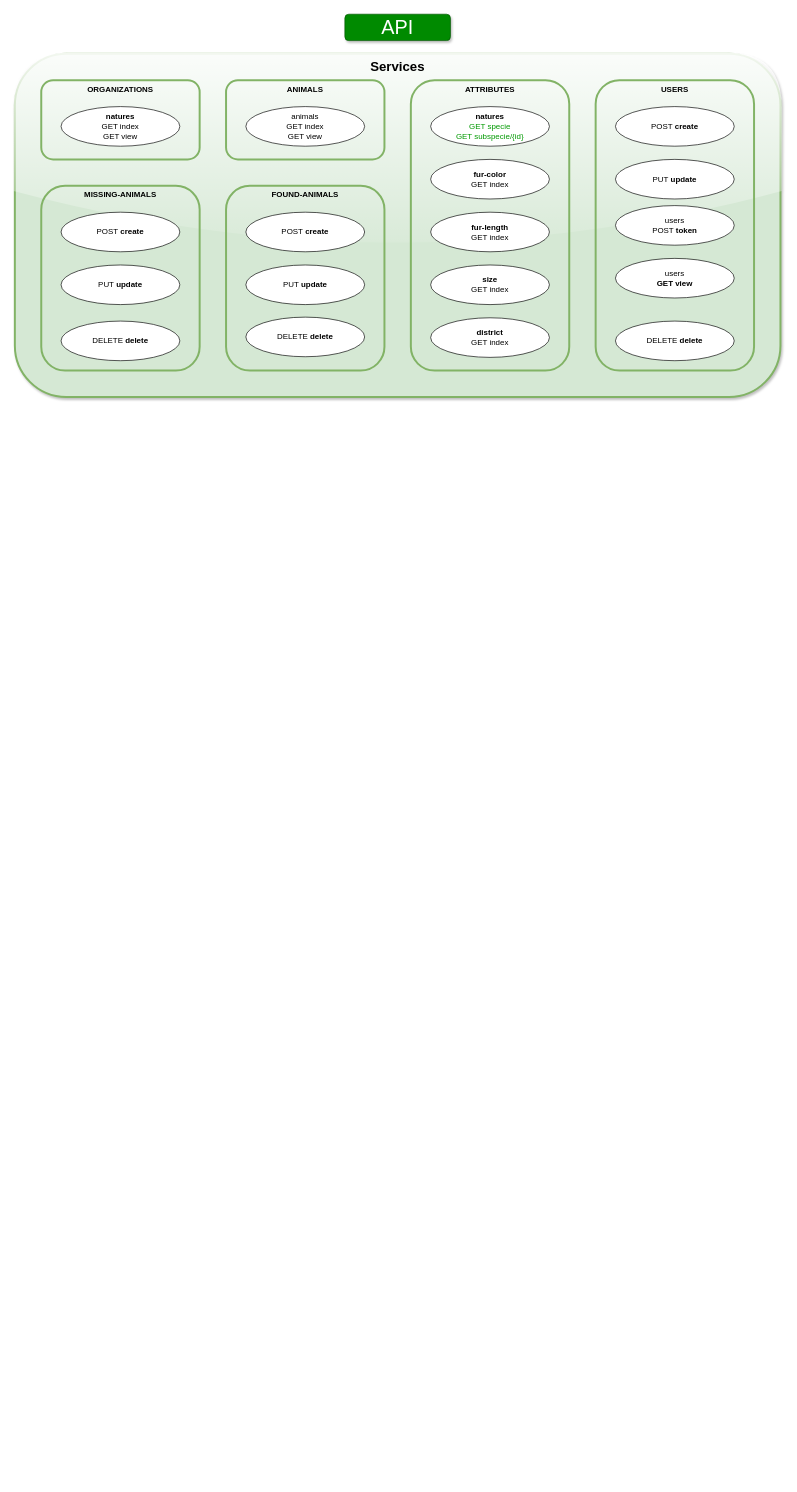
Before: Docs/API/api_diagram.drawio in Projecto-Final-de-Curso-TeSP-PSI/pet-adoption, a draw.io diagram. Source tidied: cells renumbered, new cells numbered last; positions are measured from the earlier drawing's top-left corner, leaving out a move shared by most shapes. Both pictures are drawn from the tidied source at 66%, with x=0, y=0 at pixel (15, 14).
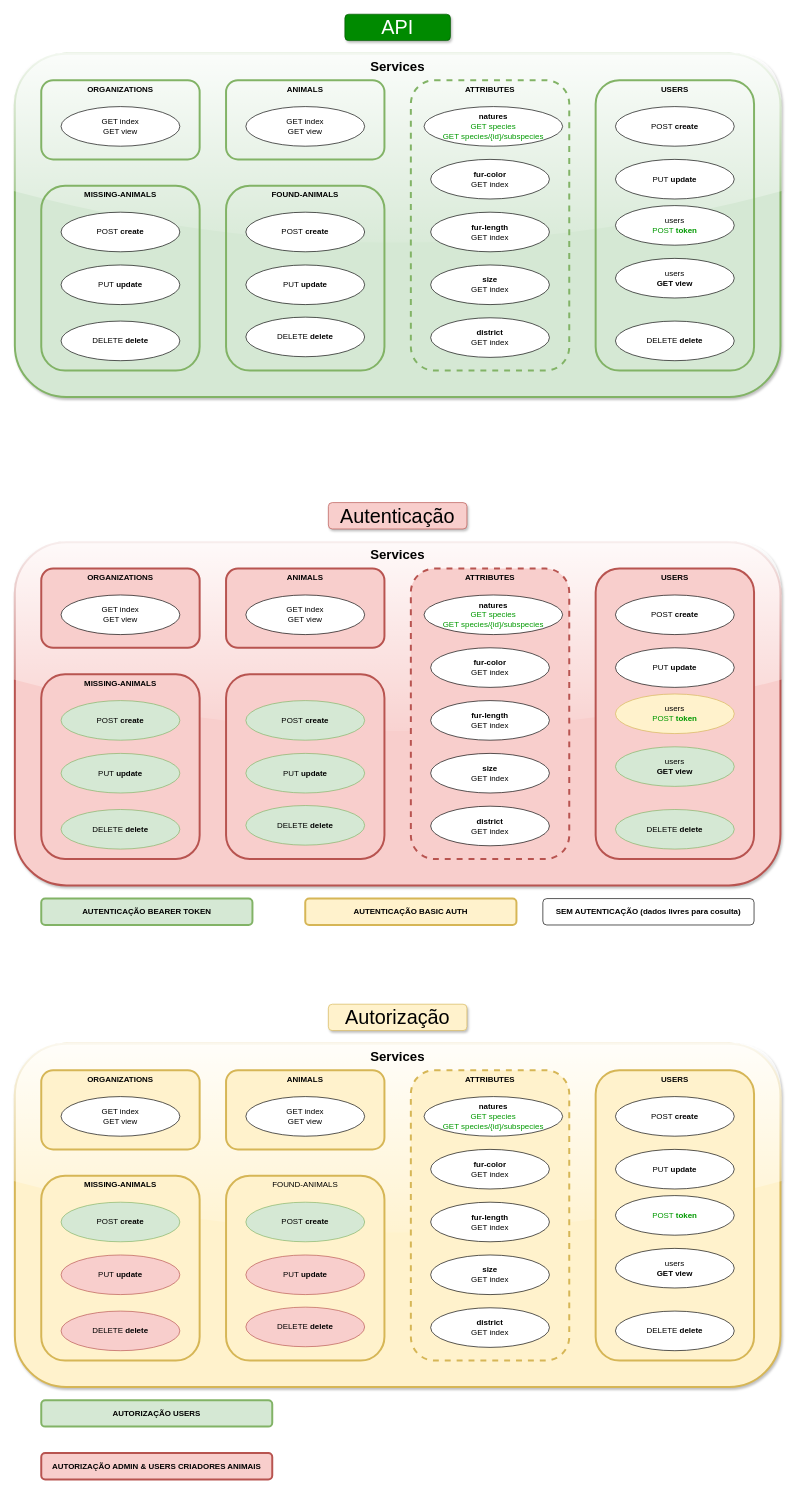
Above is the later version.

The change refers to these unchanged cells:
```xml
<mxCell id="5" style="group;" parent="1" vertex="1">
  <mxGeometry x="320" y="100" width="240" height="120" as="geometry" />
</mxCell>
<mxCell id="8" style="group;" parent="1" vertex="1">
  <mxGeometry x="40" y="100" width="240" height="120" as="geometry" />
</mxCell>
```

The edit, as a diff of the source:
```diff
@@
-    <mxCell id="7" value="animals&lt;br&gt;GET index&lt;br&gt;GET view" style="ellipse;whiteSpace=wrap;html=1;" parent="5" vertex="1">
+    <mxCell id="7" value="GET index&lt;br&gt;GET view" style="ellipse;whiteSpace=wrap;html=1;" parent="5" vertex="1">
       <mxGeometry x="30" y="40" width="180" height="60" as="geometry" />
     </mxCell>
@@
-    <mxCell id="10" value="&lt;b&gt;natures&lt;/b&gt;&lt;br&gt;GET index&lt;br&gt;GET view" style="ellipse;whiteSpace=wrap;html=1;" parent="8" vertex="1">
+    <mxCell id="10" value="GET index&lt;br&gt;GET view" style="ellipse;whiteSpace=wrap;html=1;" parent="8" vertex="1">
       <mxGeometry x="30" y="40" width="180" height="60" as="geometry" />
     </mxCell>
@@
-    <mxCell id="17" value="&lt;b&gt;ATTRIBUTES&lt;/b&gt;" style="rounded=1;whiteSpace=wrap;html=1;fillColor=none;strokeColor=#82b366;strokeWidth=3;verticalAlign=top;" parent="1" vertex="1">
+    <mxCell id="17" value="&lt;b&gt;ATTRIBUTES&lt;/b&gt;" style="rounded=1;whiteSpace=wrap;html=1;fillColor=none;strokeColor=#82b366;strokeWidth=3;verticalAlign=top;dashed=1;" parent="1" vertex="1">
       <mxGeometry x="600" y="100" width="240" height="440" as="geometry" />
     </mxCell>
-    <mxCell id="18" value="&lt;b&gt;natures&lt;/b&gt;&lt;br&gt;&lt;font color=&quot;#009900&quot;&gt;GET specie&lt;/font&gt;&lt;br&gt;&lt;font color=&quot;#009900&quot;&gt;GET subspecie/{id}&lt;/font&gt;" style="ellipse;whiteSpace=wrap;html=1;" parent="1" vertex="1">
-      <mxGeometry x="630" y="140" width="180" height="60" as="geometry" />
+    <mxCell id="18" value="&lt;b&gt;natures&lt;/b&gt;&lt;br&gt;&lt;font color=&quot;#009900&quot;&gt;GET species&lt;/font&gt;&lt;br&gt;&lt;font color=&quot;#009900&quot;&gt;GET species/{id}/subspecies&lt;/font&gt;" style="ellipse;whiteSpace=wrap;html=1;" parent="1" vertex="1">
+      <mxGeometry x="620" y="140" width="210" height="60" as="geometry" />
     </mxCell>
@@
-    <mxCell id="27" value="users&lt;br&gt;POST &lt;b&gt;token&lt;/b&gt;" style="ellipse;whiteSpace=wrap;html=1;" parent="1" vertex="1">
+    <mxCell id="27" value="users&lt;br&gt;&lt;font color=&quot;#009900&quot;&gt;POST &lt;b&gt;token&lt;/b&gt;&lt;/font&gt;" style="ellipse;whiteSpace=wrap;html=1;" parent="1" vertex="1">
       <mxGeometry x="910" y="290" width="180" height="60" as="geometry" />
     </mxCell>
@@
+    <mxCell id="31" value="&lt;font style=&quot;font-size: 20px&quot;&gt;&lt;b&gt;Services&lt;/b&gt;&lt;/font&gt;" style="rounded=1;whiteSpace=wrap;html=1;strokeWidth=3;fillColor=#f8cecc;verticalAlign=top;strokeColor=#b85450;glass=1;shadow=1;comic=0;" parent="1" vertex="1">
+      <mxGeometry y="800" width="1160" height="520" as="geometry" />
+    </mxCell>
+    <mxCell id="32" value="&lt;b&gt;MISSING-ANIMALS&lt;/b&gt;" style="rounded=1;whiteSpace=wrap;html=1;fillColor=#f8cecc;strokeColor=#b85450;strokeWidth=3;verticalAlign=top;" parent="1" vertex="1">
+      <mxGeometry x="40" y="1000" width="240" height="280" as="geometry" />
+    </mxCell>
+    <mxCell id="33" value="DELETE&amp;nbsp;&lt;b&gt;delete&lt;/b&gt;" style="ellipse;whiteSpace=wrap;html=1;fillColor=#d5e8d4;strokeColor=#82b366;" parent="1" vertex="1">
+      <mxGeometry x="70" y="1205" width="180" height="60" as="geometry" />
+    </mxCell>
+    <mxCell id="34" style="group;strokeColor=none;" parent="1" vertex="1">
+      <mxGeometry x="320" y="840" width="240" height="120" as="geometry" />
+    </mxCell>
+    <mxCell id="35" value="&lt;b&gt;ANIMALS&lt;/b&gt;" style="rounded=1;whiteSpace=wrap;html=1;fillColor=#f8cecc;strokeColor=#b85450;strokeWidth=3;verticalAlign=top;" parent="34" vertex="1">
+      <mxGeometry width="240" height="120" as="geometry" />
+    </mxCell>
+    <mxCell id="36" value="GET index&lt;br&gt;GET view" style="ellipse;whiteSpace=wrap;html=1;" parent="34" vertex="1">
+      <mxGeometry x="30" y="40" width="180" height="60" as="geometry" />
+    </mxCell>
+    <mxCell id="37" value="ORGANIZATIONS" style="group;fillColor=#f8cecc;strokeColor=#b85450;fontStyle=1;strokeWidth=3;rounded=1;" parent="1" vertex="1">
+      <mxGeometry x="40" y="840" width="240" height="120" as="geometry" />
+    </mxCell>
+    <mxCell id="38" value="Autenticação" style="text;html=1;strokeColor=#b85450;fillColor=#f8cecc;align=center;verticalAlign=middle;whiteSpace=wrap;rounded=1;fontSize=30;glass=0;shadow=1;comic=0;" parent="1" vertex="1">
+      <mxGeometry x="475" y="740" width="210" height="40" as="geometry" />
+    </mxCell>
+    <mxCell id="39" style="group;fillColor=#f8cecc;strokeColor=#b85450;rounded=1;strokeWidth=3;" parent="1" vertex="1">
+      <mxGeometry x="320" y="1000" width="240" height="280" as="geometry" />
+    </mxCell>
+    <mxCell id="40" value="&lt;b&gt;ATTRIBUTES&lt;/b&gt;" style="rounded=1;whiteSpace=wrap;html=1;fillColor=#f8cecc;strokeColor=#b85450;strokeWidth=3;verticalAlign=top;dashed=1;" parent="1" vertex="1">
+      <mxGeometry x="600" y="840" width="240" height="440" as="geometry" />
+    </mxCell>
+    <mxCell id="41" value="&lt;b&gt;natures&lt;/b&gt;&lt;br&gt;&lt;font color=&quot;#009900&quot;&gt;GET species&lt;/font&gt;&lt;br&gt;&lt;font color=&quot;#009900&quot;&gt;GET species/{id}/subspecies&lt;/font&gt;" style="ellipse;whiteSpace=wrap;html=1;" parent="1" vertex="1">
+      <mxGeometry x="620" y="880" width="210" height="60" as="geometry" />
+    </mxCell>
+    <mxCell id="42" value="&lt;b&gt;fur-length&lt;/b&gt;&lt;br&gt;GET index" style="ellipse;whiteSpace=wrap;html=1;" parent="1" vertex="1">
+      <mxGeometry x="630" y="1040" width="180" height="60" as="geometry" />
+    </mxCell>
+    <mxCell id="43" value="&lt;b&gt;fur-color&lt;/b&gt;&lt;br&gt;GET index" style="ellipse;whiteSpace=wrap;html=1;" parent="1" vertex="1">
+      <mxGeometry x="630" y="960" width="180" height="60" as="geometry" />
+    </mxCell>
+    <mxCell id="44" value="&lt;b&gt;size&lt;/b&gt;&lt;br&gt;GET index" style="ellipse;whiteSpace=wrap;html=1;" parent="1" vertex="1">
+      <mxGeometry x="630" y="1120" width="180" height="60" as="geometry" />
+    </mxCell>
+    <mxCell id="45" value="&lt;b&gt;district&lt;/b&gt;&lt;br&gt;GET index" style="ellipse;whiteSpace=wrap;html=1;" parent="1" vertex="1">
+      <mxGeometry x="630" y="1200" width="180" height="60" as="geometry" />
+    </mxCell>
+    <mxCell id="46" value="&lt;b&gt;USERS&lt;/b&gt;" style="rounded=1;whiteSpace=wrap;html=1;fillColor=#f8cecc;strokeColor=#b85450;strokeWidth=3;verticalAlign=top;" parent="1" vertex="1">
+      <mxGeometry x="880" y="840" width="240" height="440" as="geometry" />
+    </mxCell>
+    <mxCell id="47" value="POST&amp;nbsp;&lt;b&gt;create&lt;/b&gt;" style="ellipse;whiteSpace=wrap;html=1;" parent="1" vertex="1">
+      <mxGeometry x="910" y="880" width="180" height="60" as="geometry" />
+    </mxCell>
+    <mxCell id="48" value="DELETE&amp;nbsp;&lt;b&gt;delete&lt;/b&gt;" style="ellipse;whiteSpace=wrap;html=1;fillColor=#d5e8d4;strokeColor=#82b366;" parent="1" vertex="1">
+      <mxGeometry x="910" y="1205" width="180" height="60" as="geometry" />
+    </mxCell>
+    <mxCell id="49" value="PUT&amp;nbsp;&lt;b&gt;update&lt;/b&gt;" style="ellipse;whiteSpace=wrap;html=1;" parent="1" vertex="1">
+      <mxGeometry x="910" y="960" width="180" height="60" as="geometry" />
+    </mxCell>
+    <mxCell id="50" value="users&lt;br&gt;&lt;font color=&quot;#009900&quot;&gt;POST &lt;b&gt;token&lt;/b&gt;&lt;/font&gt;" style="ellipse;whiteSpace=wrap;html=1;fillColor=#fff2cc;strokeColor=#d6b656;" parent="1" vertex="1">
+      <mxGeometry x="910" y="1030" width="180" height="60" as="geometry" />
+    </mxCell>
+    <mxCell id="51" value="users&lt;br&gt;&lt;b&gt;GET view&lt;/b&gt;" style="ellipse;whiteSpace=wrap;html=1;fillColor=#d5e8d4;strokeColor=#82b366;" parent="1" vertex="1">
+      <mxGeometry x="910" y="1110" width="180" height="60" as="geometry" />
+    </mxCell>
+    <mxCell id="52" value="POST&amp;nbsp;&lt;b&gt;create&lt;/b&gt;" style="ellipse;whiteSpace=wrap;html=1;fillColor=#d5e8d4;strokeColor=#82b366;" parent="1" vertex="1">
+      <mxGeometry x="70" y="1040" width="180" height="60" as="geometry" />
+    </mxCell>
+    <mxCell id="53" value="PUT&amp;nbsp;&lt;b&gt;update&lt;/b&gt;" style="ellipse;whiteSpace=wrap;html=1;fillColor=#d5e8d4;strokeColor=#82b366;" parent="1" vertex="1">
+      <mxGeometry x="70" y="1120" width="180" height="60" as="geometry" />
+    </mxCell>
+    <mxCell id="54" value="POST&amp;nbsp;&lt;b&gt;create&lt;/b&gt;" style="ellipse;whiteSpace=wrap;html=1;fillColor=#d5e8d4;strokeColor=#82b366;" parent="1" vertex="1">
+      <mxGeometry x="350" y="1040" width="180" height="60" as="geometry" />
+    </mxCell>
+    <mxCell id="55" value="DELETE&amp;nbsp;&lt;b&gt;delete&lt;/b&gt;" style="ellipse;whiteSpace=wrap;html=1;fillColor=#d5e8d4;strokeColor=#82b366;" parent="1" vertex="1">
+      <mxGeometry x="350" y="1199" width="180" height="60" as="geometry" />
+    </mxCell>
+    <mxCell id="56" value="PUT&amp;nbsp;&lt;b&gt;update&lt;/b&gt;" style="ellipse;whiteSpace=wrap;html=1;fillColor=#d5e8d4;strokeColor=#82b366;" parent="1" vertex="1">
+      <mxGeometry x="350" y="1120" width="180" height="60" as="geometry" />
+    </mxCell>
+    <mxCell id="57" value="GET index&lt;br&gt;GET view" style="ellipse;whiteSpace=wrap;html=1;" parent="1" vertex="1">
+      <mxGeometry x="70" y="880" width="180" height="60" as="geometry" />
+    </mxCell>
+    <mxCell id="58" value="&lt;font style=&quot;font-size: 20px&quot;&gt;&lt;b&gt;Services&lt;/b&gt;&lt;/font&gt;" style="rounded=1;whiteSpace=wrap;html=1;strokeWidth=3;fillColor=#fff2cc;verticalAlign=top;strokeColor=#d6b656;glass=1;shadow=1;comic=0;" parent="1" vertex="1">
+      <mxGeometry y="1560" width="1160" height="520" as="geometry" />
+    </mxCell>
+    <mxCell id="59" value="&lt;b&gt;MISSING-ANIMALS&lt;/b&gt;" style="rounded=1;whiteSpace=wrap;html=1;fillColor=#fff2cc;strokeColor=#d6b656;strokeWidth=3;verticalAlign=top;" parent="1" vertex="1">
+      <mxGeometry x="40" y="1760" width="240" height="280" as="geometry" />
+    </mxCell>
+    <mxCell id="60" value="DELETE&amp;nbsp;&lt;b&gt;delete&lt;/b&gt;" style="ellipse;whiteSpace=wrap;html=1;fillColor=#f8cecc;strokeColor=#b85450;" parent="1" vertex="1">
+      <mxGeometry x="70" y="1965" width="180" height="60" as="geometry" />
+    </mxCell>
+    <mxCell id="61" style="group;strokeColor=none;" parent="1" vertex="1">
+      <mxGeometry x="320" y="1600" width="240" height="120" as="geometry" />
+    </mxCell>
+    <mxCell id="62" value="&lt;b&gt;ANIMALS&lt;/b&gt;" style="rounded=1;whiteSpace=wrap;html=1;fillColor=#fff2cc;strokeColor=#d6b656;strokeWidth=3;verticalAlign=top;" parent="61" vertex="1">
+      <mxGeometry width="240" height="120" as="geometry" />
+    </mxCell>
+    <mxCell id="63" value="GET index&lt;br&gt;GET view" style="ellipse;whiteSpace=wrap;html=1;" parent="61" vertex="1">
+      <mxGeometry x="30" y="40" width="180" height="60" as="geometry" />
+    </mxCell>
+    <mxCell id="64" value="ORGANIZATIONS" style="group;fillColor=#fff2cc;strokeColor=#d6b656;fontStyle=1;strokeWidth=3;rounded=1;" parent="1" vertex="1">
+      <mxGeometry x="40" y="1600" width="240" height="120" as="geometry" />
+    </mxCell>
+    <mxCell id="65" value="Autorização" style="text;html=1;strokeColor=#d6b656;fillColor=#fff2cc;align=center;verticalAlign=middle;whiteSpace=wrap;rounded=1;fontSize=30;glass=0;shadow=1;comic=0;" parent="1" vertex="1">
+      <mxGeometry x="475" y="1500" width="210" height="40" as="geometry" />
+    </mxCell>
+    <mxCell id="66" value="FOUND-ANIMALS" style="group;fillColor=#fff2cc;strokeColor=#d6b656;rounded=1;strokeWidth=3;" parent="1" vertex="1">
+      <mxGeometry x="320" y="1760" width="240" height="280" as="geometry" />
+    </mxCell>
+    <mxCell id="67" value="&lt;b&gt;ATTRIBUTES&lt;/b&gt;" style="rounded=1;whiteSpace=wrap;html=1;fillColor=#fff2cc;strokeColor=#d6b656;strokeWidth=3;verticalAlign=top;dashed=1;" parent="1" vertex="1">
+      <mxGeometry x="600" y="1600" width="240" height="440" as="geometry" />
+    </mxCell>
+    <mxCell id="68" value="&lt;b&gt;natures&lt;/b&gt;&lt;br&gt;&lt;font color=&quot;#009900&quot;&gt;GET species&lt;/font&gt;&lt;br&gt;&lt;font color=&quot;#009900&quot;&gt;GET species/{id}/subspecies&lt;/font&gt;" style="ellipse;whiteSpace=wrap;html=1;" parent="1" vertex="1">
+      <mxGeometry x="620" y="1640" width="210" height="60" as="geometry" />
+    </mxCell>
+    <mxCell id="69" value="&lt;b&gt;fur-length&lt;/b&gt;&lt;br&gt;GET index" style="ellipse;whiteSpace=wrap;html=1;" parent="1" vertex="1">
+      <mxGeometry x="630" y="1800" width="180" height="60" as="geometry" />
+    </mxCell>
+    <mxCell id="70" value="&lt;b&gt;fur-color&lt;/b&gt;&lt;br&gt;GET index" style="ellipse;whiteSpace=wrap;html=1;" parent="1" vertex="1">
+      <mxGeometry x="630" y="1720" width="180" height="60" as="geometry" />
+    </mxCell>
+    <mxCell id="71" value="&lt;b&gt;size&lt;/b&gt;&lt;br&gt;GET index" style="ellipse;whiteSpace=wrap;html=1;" parent="1" vertex="1">
+      <mxGeometry x="630" y="1880" width="180" height="60" as="geometry" />
+    </mxCell>
+    <mxCell id="72" value="&lt;b&gt;district&lt;/b&gt;&lt;br&gt;GET index" style="ellipse;whiteSpace=wrap;html=1;" parent="1" vertex="1">
+      <mxGeometry x="630" y="1960" width="180" height="60" as="geometry" />
+    </mxCell>
+    <mxCell id="73" value="&lt;b&gt;USERS&lt;/b&gt;" style="rounded=1;whiteSpace=wrap;html=1;fillColor=#fff2cc;strokeColor=#d6b656;strokeWidth=3;verticalAlign=top;" parent="1" vertex="1">
+      <mxGeometry x="880" y="1600" width="240" height="440" as="geometry" />
+    </mxCell>
+    <mxCell id="74" value="POST&amp;nbsp;&lt;b&gt;create&lt;/b&gt;" style="ellipse;whiteSpace=wrap;html=1;" parent="1" vertex="1">
+      <mxGeometry x="910" y="1640" width="180" height="60" as="geometry" />
+    </mxCell>
+    <mxCell id="75" value="DELETE&amp;nbsp;&lt;b&gt;delete&lt;/b&gt;" style="ellipse;whiteSpace=wrap;html=1;" parent="1" vertex="1">
+      <mxGeometry x="910" y="1965" width="180" height="60" as="geometry" />
+    </mxCell>
+    <mxCell id="76" value="PUT&amp;nbsp;&lt;b&gt;update&lt;/b&gt;" style="ellipse;whiteSpace=wrap;html=1;" parent="1" vertex="1">
+      <mxGeometry x="910" y="1720" width="180" height="60" as="geometry" />
+    </mxCell>
+    <mxCell id="77" value="&lt;font color=&quot;#009900&quot;&gt;POST &lt;b&gt;token&lt;/b&gt;&lt;/font&gt;" style="ellipse;whiteSpace=wrap;html=1;" parent="1" vertex="1">
+      <mxGeometry x="910" y="1790" width="180" height="60" as="geometry" />
+    </mxCell>
+    <mxCell id="78" value="users&lt;br&gt;&lt;b&gt;GET view&lt;/b&gt;" style="ellipse;whiteSpace=wrap;html=1;" parent="1" vertex="1">
+      <mxGeometry x="910" y="1870" width="180" height="60" as="geometry" />
+    </mxCell>
+    <mxCell id="79" value="POST&amp;nbsp;&lt;b&gt;create&lt;/b&gt;" style="ellipse;whiteSpace=wrap;html=1;fillColor=#d5e8d4;strokeColor=#82b366;" parent="1" vertex="1">
+      <mxGeometry x="70" y="1800" width="180" height="60" as="geometry" />
+    </mxCell>
+    <mxCell id="80" value="PUT&amp;nbsp;&lt;b&gt;update&lt;/b&gt;" style="ellipse;whiteSpace=wrap;html=1;fillColor=#f8cecc;strokeColor=#b85450;" parent="1" vertex="1">
+      <mxGeometry x="70" y="1880" width="180" height="60" as="geometry" />
+    </mxCell>
+    <mxCell id="81" value="POST&amp;nbsp;&lt;b&gt;create&lt;/b&gt;" style="ellipse;whiteSpace=wrap;html=1;fillColor=#d5e8d4;strokeColor=#82b366;" parent="1" vertex="1">
+      <mxGeometry x="350" y="1800" width="180" height="60" as="geometry" />
+    </mxCell>
+    <mxCell id="82" value="DELETE&amp;nbsp;&lt;b&gt;delete&lt;/b&gt;" style="ellipse;whiteSpace=wrap;html=1;fillColor=#f8cecc;strokeColor=#b85450;" parent="1" vertex="1">
+      <mxGeometry x="350" y="1959" width="180" height="60" as="geometry" />
+    </mxCell>
+    <mxCell id="83" value="PUT&amp;nbsp;&lt;b&gt;update&lt;/b&gt;" style="ellipse;whiteSpace=wrap;html=1;fillColor=#f8cecc;strokeColor=#b85450;" parent="1" vertex="1">
+      <mxGeometry x="350" y="1880" width="180" height="60" as="geometry" />
+    </mxCell>
+    <mxCell id="84" value="GET index&lt;br&gt;GET view" style="ellipse;whiteSpace=wrap;html=1;" parent="1" vertex="1">
+      <mxGeometry x="70" y="1640" width="180" height="60" as="geometry" />
+    </mxCell>
+    <mxCell id="85" value="&lt;b&gt;AUTENTICAÇÃO BEARER TOKEN&lt;/b&gt;" style="rounded=1;whiteSpace=wrap;html=1;strokeColor=#82b366;strokeWidth=3;fillColor=#d5e8d4;" parent="1" vertex="1">
+      <mxGeometry x="40" y="1340" width="320" height="40" as="geometry" />
+    </mxCell>
+    <mxCell id="86" value="&lt;b&gt;AUTENTICAÇÃO BASIC AUTH&lt;/b&gt;" style="rounded=1;whiteSpace=wrap;html=1;strokeColor=#d6b656;strokeWidth=3;fillColor=#fff2cc;" parent="1" vertex="1">
+      <mxGeometry x="440" y="1340" width="320" height="40" as="geometry" />
+    </mxCell>
+    <mxCell id="87" value="&lt;b&gt;AUTORIZAÇÃO USERS&lt;/b&gt;" style="rounded=1;whiteSpace=wrap;html=1;strokeColor=#82b366;strokeWidth=3;fillColor=#d5e8d4;" parent="1" vertex="1">
+      <mxGeometry x="40" y="2100" width="350" height="40" as="geometry" />
+    </mxCell>
+    <mxCell id="88" value="&lt;b&gt;SEM AUTENTICAÇÃO (dados livres para cosulta)&lt;/b&gt;" style="rounded=1;whiteSpace=wrap;html=1;strokeWidth=1;" parent="1" vertex="1">
+      <mxGeometry x="800" y="1340" width="320" height="40" as="geometry" />
+    </mxCell>
+    <mxCell id="89" value="&lt;b&gt;AUTORIZAÇÃO ADMIN &amp;amp; USERS CRIADORES ANIMAIS&lt;/b&gt;" style="rounded=1;whiteSpace=wrap;html=1;strokeColor=#b85450;strokeWidth=3;fillColor=#f8cecc;" parent="1" vertex="1">
+      <mxGeometry x="40" y="2180" width="350" height="40" as="geometry" />
+    </mxCell>
```
